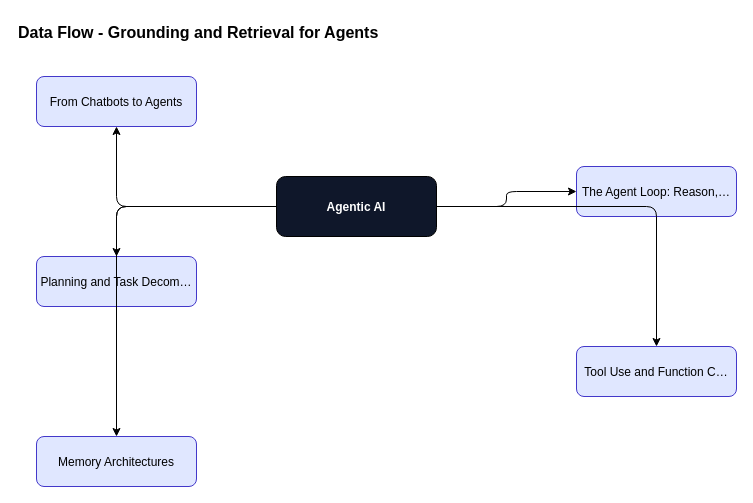
The draw.io diagram content/agentic-ai/agentic-ai-foundations/diagrams/fig-010-data-flow.drawio in ankit05121980/AI-University, before the edit. Source tidied: cells renumbered, new cells numbered last; positions are measured from the earlier drawing's top-left corner, leaving out a move shared by most shapes. Both pictures are drawn from the tidied source at 100%, with x=0, y=0 at pixel (16, 16).
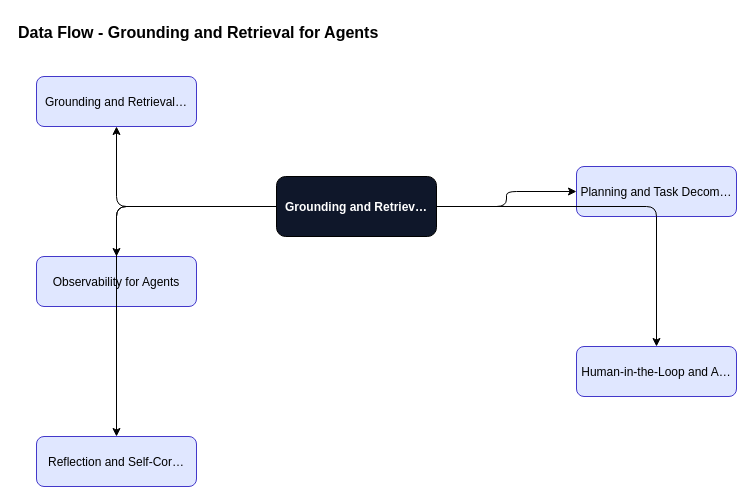
After the change.

Change to the diagram source:
```diff
@@
 <mxGraphModel>
   <root>
     <mxCell id="0" />
     <mxCell id="1" parent="0" />
     <mxCell id="2" value="Data Flow - Grounding and Retrieval for Agents" style="text;fontSize=16;fontStyle=1;" parent="1" vertex="1">
       <mxGeometry width="600" height="30" as="geometry" />
     </mxCell>
-    <mxCell id="3" value="Agentic AI" style="rounded=1;fillColor=#0f172a;fontColor=#ffffff;fontStyle=1;" parent="1" vertex="1">
+    <mxCell id="3" value="Grounding and Retriev…" style="rounded=1;fillColor=#0f172a;fontColor=#ffffff;fontStyle=1;" parent="1" vertex="1">
       <mxGeometry x="260" y="160" width="160" height="60" as="geometry" />
     </mxCell>
-    <mxCell id="4" value="From Chatbots to Agents" style="rounded=1;fillColor=#e0e7ff;strokeColor=#4338ca;" parent="1" vertex="1">
+    <mxCell id="4" value="Grounding and Retrieval…" style="rounded=1;fillColor=#e0e7ff;strokeColor=#4338ca;" parent="1" vertex="1">
       <mxGeometry x="20" y="60" width="160" height="50" as="geometry" />
     </mxCell>
     <mxCell id="5" style="edgeStyle=orthogonalEdgeStyle;" parent="1" edge="1" source="3" target="4">
       <mxGeometry relative="1" as="geometry" />
     </mxCell>
-    <mxCell id="6" value="The Agent Loop: Reason,…" style="rounded=1;fillColor=#e0e7ff;strokeColor=#4338ca;" parent="1" vertex="1">
+    <mxCell id="6" value="Planning and Task Decom…" style="rounded=1;fillColor=#e0e7ff;strokeColor=#4338ca;" parent="1" vertex="1">
       <mxGeometry x="560" y="150" width="160" height="50" as="geometry" />
     </mxCell>
     <mxCell id="7" style="edgeStyle=orthogonalEdgeStyle;" parent="1" edge="1" source="3" target="6">
       <mxGeometry relative="1" as="geometry" />
     </mxCell>
-    <mxCell id="8" value="Planning and Task Decom…" style="rounded=1;fillColor=#e0e7ff;strokeColor=#4338ca;" parent="1" vertex="1">
+    <mxCell id="8" value="Observability for Agents" style="rounded=1;fillColor=#e0e7ff;strokeColor=#4338ca;" parent="1" vertex="1">
       <mxGeometry x="20" y="240" width="160" height="50" as="geometry" />
     </mxCell>
     <mxCell id="9" style="edgeStyle=orthogonalEdgeStyle;" parent="1" edge="1" source="3" target="8">
       <mxGeometry relative="1" as="geometry" />
     </mxCell>
-    <mxCell id="10" value="Tool Use and Function C…" style="rounded=1;fillColor=#e0e7ff;strokeColor=#4338ca;" parent="1" vertex="1">
+    <mxCell id="10" value="Human-in-the-Loop and A…" style="rounded=1;fillColor=#e0e7ff;strokeColor=#4338ca;" parent="1" vertex="1">
       <mxGeometry x="560" y="330" width="160" height="50" as="geometry" />
     </mxCell>
     <mxCell id="11" style="edgeStyle=orthogonalEdgeStyle;" parent="1" edge="1" source="3" target="10">
       <mxGeometry relative="1" as="geometry" />
     </mxCell>
-    <mxCell id="12" value="Memory Architectures" style="rounded=1;fillColor=#e0e7ff;strokeColor=#4338ca;" parent="1" vertex="1">
+    <mxCell id="12" value="Reflection and Self-Cor…" style="rounded=1;fillColor=#e0e7ff;strokeColor=#4338ca;" parent="1" vertex="1">
       <mxGeometry x="20" y="420" width="160" height="50" as="geometry" />
     </mxCell>
     <mxCell id="13" style="edgeStyle=orthogonalEdgeStyle;" parent="1" edge="1" source="3" target="12">
       <mxGeometry relative="1" as="geometry" />
     </mxCell>
   </root>
 </mxGraphModel>
```
